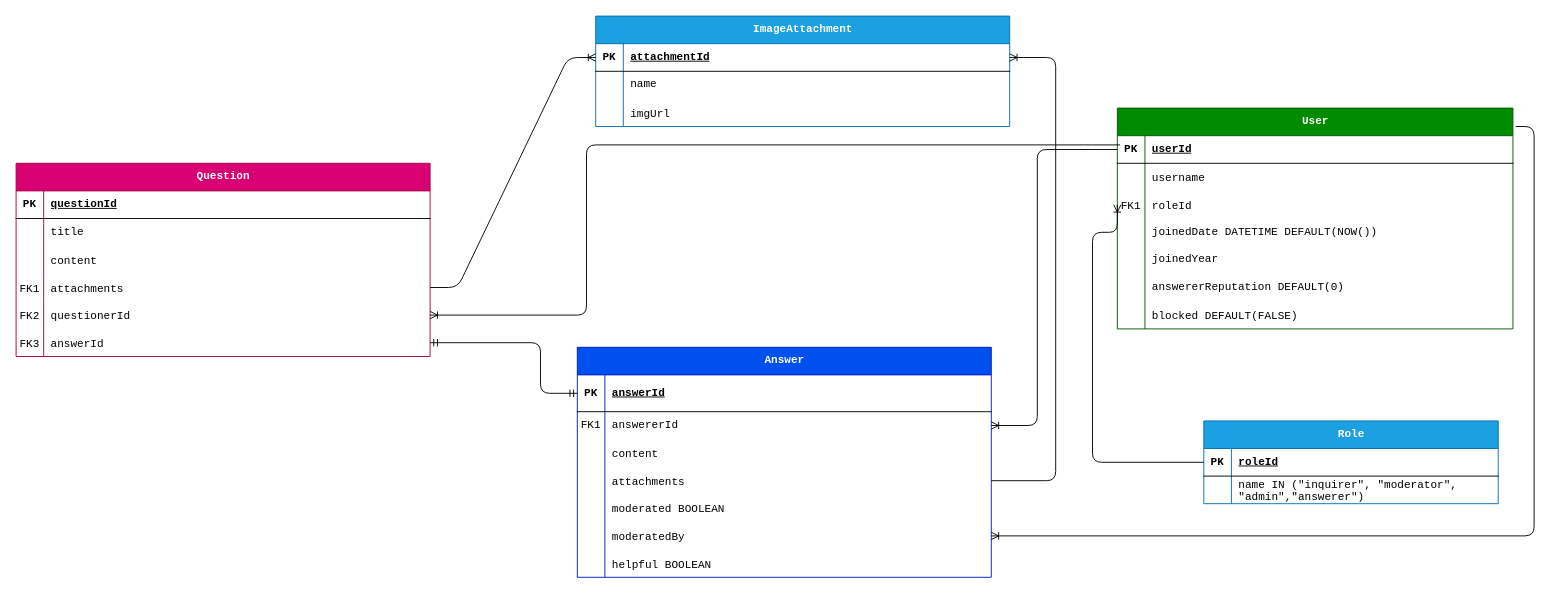
timthedev07/KCAMathsHub keeps this draw.io diagram as design/DB Design.drawio. Above is the earlier version. Source tidied: cells renumbered, new cells numbered last; positions are measured from the earlier drawing's top-left corner, leaving out a move shared by most shapes. Both pictures are drawn from the tidied source at 92%, with x=0, y=0 at pixel (16, 16).
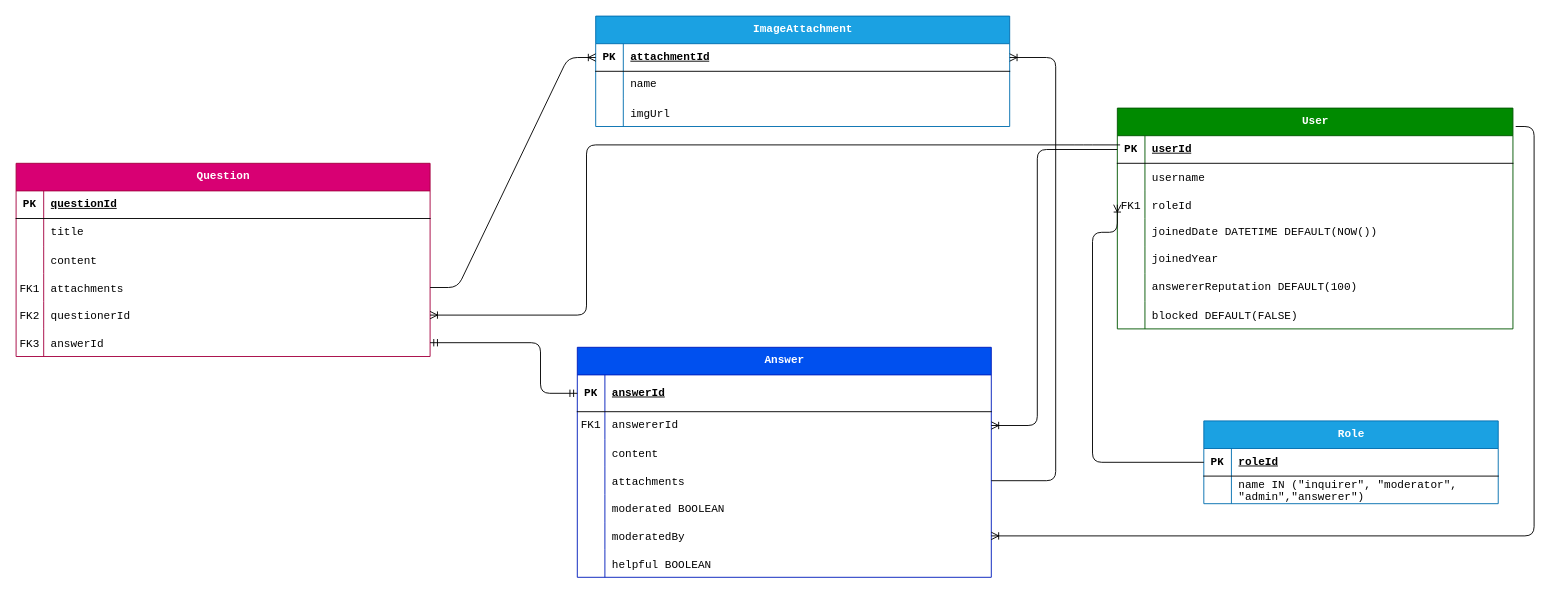
The same page after the edit.

The change refers to these unchanged cells:
```xml
<mxCell id="18" style="shape=tableRow;horizontal=0;startSize=0;swimlaneHead=0;swimlaneBody=0;fillColor=none;top=0;left=0;right=0;bottom=0;fontFamily=Courier New;" parent="2" vertex="1">
  <mxGeometry y="180" width="430" height="30" as="geometry" />
</mxCell>
```

Change to the diagram source:
```diff
@@
-    <mxCell id="20" value="answererReputation DEFAULT(0)" style="shape=partialRectangle;fillColor=none;top=0;left=0;bottom=0;right=0;align=left;spacingLeft=6;overflow=hidden;whiteSpace=wrap;html=1;fontFamily=Courier New;" parent="18" vertex="1">
+    <mxCell id="20" value="answererReputation DEFAULT(100)" style="shape=partialRectangle;fillColor=none;top=0;left=0;bottom=0;right=0;align=left;spacingLeft=6;overflow=hidden;whiteSpace=wrap;html=1;fontFamily=Courier New;" parent="18" vertex="1">
       <mxGeometry x="30" width="400" height="30" as="geometry" />
     </mxCell>
```
